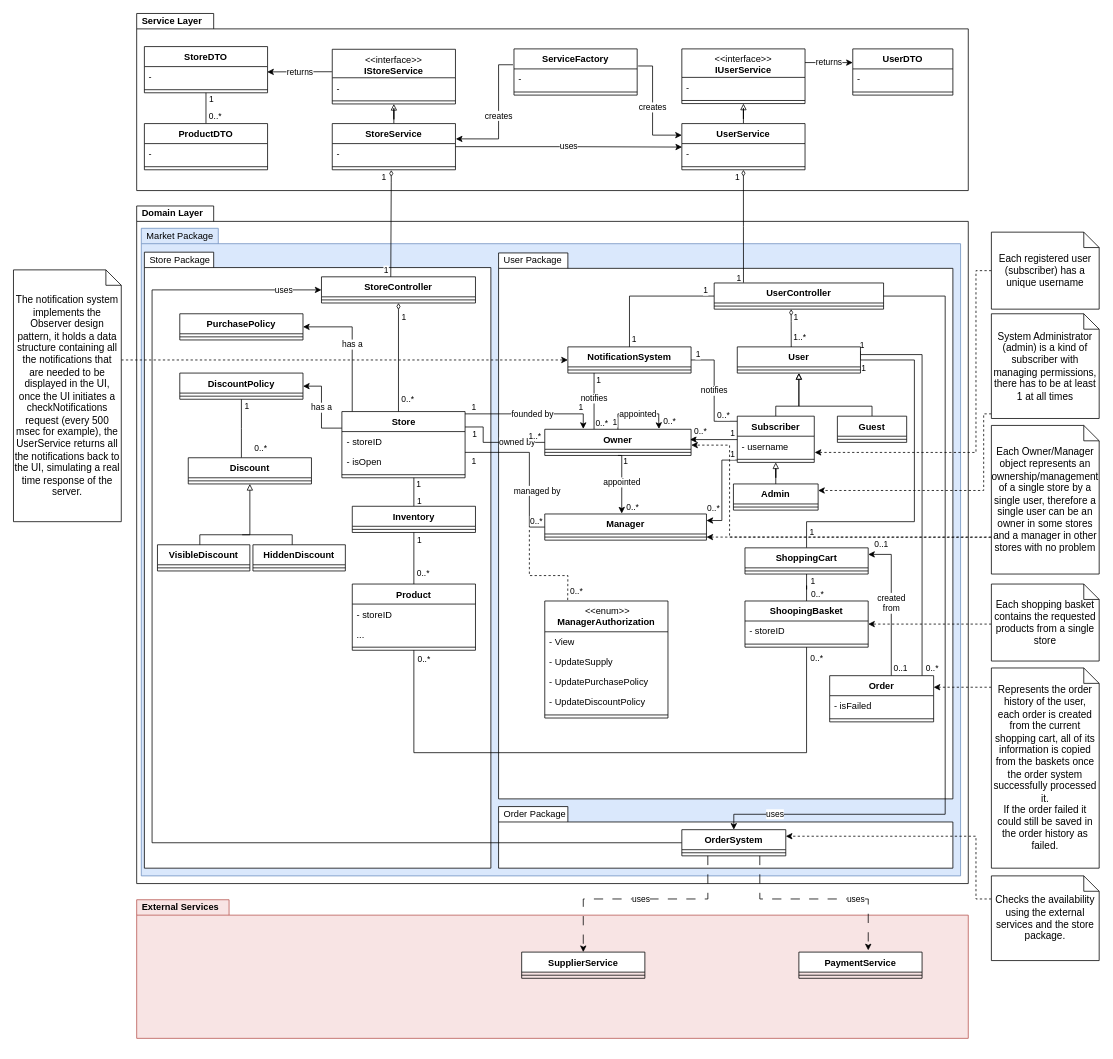
Above: page "White Class Diagram" (1 of 3) of documents/Version0/Version0.drawio in SE-Project-Workshop-Group-17-B/SE-Project-Workshop-Group-17-B (draw.io), before the change. Source tidied: cells renumbered, new cells numbered last; positions are measured from the earlier drawing's top-left corner, leaving out a move shared by most shapes. Both pictures are drawn from the tidied source at 77%, with x=0, y=0 at pixel (13, 13).
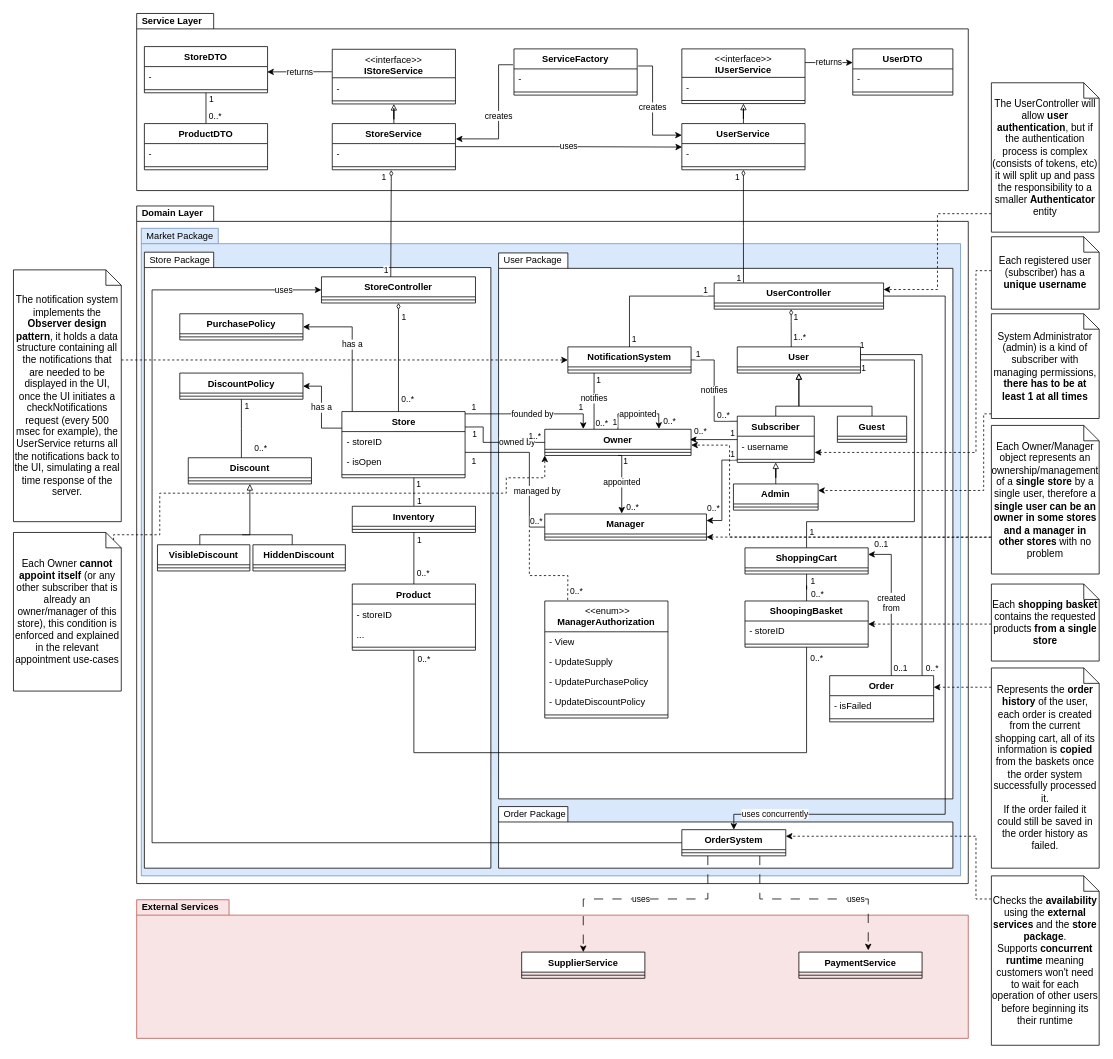
After the change.

Commit message (it also covers changes not shown here):
Updated white class diagram according to the needed fixes of version 0

The change refers to these unchanged cells:
```xml
<mxCell id="19" value="Owner" style="swimlane;fontStyle=1;align=center;verticalAlign=top;horizontal=1;startSize=26;whiteSpace=wrap;html=1;" parent="1" vertex="1">
  <mxGeometry x="690" y="540" width="190" height="34" as="geometry" />
</mxCell>
<mxCell id="103" value="UserController" style="swimlane;fontStyle=1;align=center;verticalAlign=top;horizontal=1;startSize=26;whiteSpace=wrap;html=1;" parent="1" vertex="1">
  <mxGeometry x="910" y="350" width="220" height="34" as="geometry" />
</mxCell>
<mxCell id="192" value="OrderSystem" style="swimlane;fontStyle=1;align=center;verticalAlign=top;horizontal=1;startSize=26;whiteSpace=wrap;html=1;" parent="1" vertex="1">
  <mxGeometry x="868" y="1060" width="135" height="34" as="geometry" />
</mxCell>
```

The edit, as a diff of the source:
```diff
@@
-    <mxCell id="155" value="Each Owner/Manager object represents an ownership/management of a single store by a single user, therefore a single user can be an owner in some stores and a manager in other stores with no problem" style="shape=note;size=20;whiteSpace=wrap;html=1;fontSize=13;" parent="1" vertex="1">
+    <mxCell id="155" value="Each Owner/Manager object represents an ownership/management of a &lt;b&gt;single store&lt;/b&gt; by a single user, therefore a &lt;b&gt;single user can be an owner in some stores and a manager in other stores&lt;/b&gt; with no problem" style="shape=note;size=20;whiteSpace=wrap;html=1;fontSize=13;" parent="1" vertex="1">
       <mxGeometry x="1270" y="535" width="140" height="193" as="geometry" />
     </mxCell>
@@
-    <mxCell id="159" value="&lt;font style=&quot;font-size: 13px;&quot;&gt;Each shopping basket contains the requested products from a single store&lt;/font&gt;" style="shape=note;size=20;whiteSpace=wrap;html=1;fontSize=13;" parent="1" vertex="1">
+    <mxCell id="159" value="&lt;font style=&quot;font-size: 13px;&quot;&gt;Each &lt;b&gt;shopping basket&lt;/b&gt; contains the requested products &lt;b&gt;from a single store&lt;/b&gt;&lt;/font&gt;" style="shape=note;size=20;whiteSpace=wrap;html=1;fontSize=13;" parent="1" vertex="1">
       <mxGeometry x="1270" y="741" width="140" height="100" as="geometry" />
     </mxCell>
@@
-    <mxCell id="178" value="Each registered user (subscriber) has a unique username" style="shape=note;size=20;whiteSpace=wrap;html=1;fontSize=13;" parent="1" vertex="1">
-      <mxGeometry x="1270" y="284" width="140" height="100" as="geometry" />
+    <mxCell id="178" value="Each registered user (subscriber) has a &lt;b&gt;unique username&lt;/b&gt;" style="shape=note;size=20;whiteSpace=wrap;html=1;fontSize=13;" parent="1" vertex="1">
+      <mxGeometry x="1270" y="290" width="140" height="94" as="geometry" />
     </mxCell>
@@
-    <mxCell id="180" value="&lt;font style=&quot;font-size: 13px;&quot;&gt;Represents the order history of the user, each order is created from the current shopping cart, all of its information is copied from the baskets once the order system successfully processed it.&lt;br&gt;&lt;/font&gt;&lt;span style=&quot;background-color: initial;&quot;&gt;If the order failed it could still be saved in the order history as failed.&lt;/span&gt;" style="shape=note;size=20;whiteSpace=wrap;html=1;fontSize=13;" parent="1" vertex="1">
+    <mxCell id="180" value="&lt;font style=&quot;font-size: 13px;&quot;&gt;Represents the &lt;b&gt;order history&lt;/b&gt; of the user, each order is created from the current shopping cart, all of its information is &lt;b&gt;copied &lt;/b&gt;from the baskets once the order system successfully processed it.&lt;br&gt;&lt;/font&gt;&lt;span style=&quot;background-color: initial;&quot;&gt;If the order failed it could still be saved in the order history as failed.&lt;/span&gt;" style="shape=note;size=20;whiteSpace=wrap;html=1;fontSize=13;" parent="1" vertex="1">
       <mxGeometry x="1270" y="850" width="140" height="260" as="geometry" />
     </mxCell>
@@
-    <mxCell id="182" value="System Administrator (admin) is a kind of subscriber with managing permissions, there has to be at least 1 at all times" style="shape=note;size=20;whiteSpace=wrap;html=1;fontSize=13;" parent="1" vertex="1">
+    <mxCell id="182" value="System Administrator (admin) is a kind of subscriber with managing permissions, &lt;b&gt;there has to be at least 1 at all times&lt;/b&gt;" style="shape=note;size=20;whiteSpace=wrap;html=1;fontSize=13;" parent="1" vertex="1">
       <mxGeometry x="1270" y="390" width="140" height="136" as="geometry" />
     </mxCell>
@@
-    <mxCell id="189" value="The notification system implements the Observer design pattern, it holds a data structure containing all the notifications that are needed to be displayed in the UI, once the UI initiates a checkNotifications request (every 500 msec for example), the UserService returns all the notifications back to the UI, simulating a real time response of the server." style="shape=note;size=20;whiteSpace=wrap;html=1;fontSize=13;" parent="1" vertex="1">
+    <mxCell id="189" value="The notification system implements the &lt;b&gt;Observer design pattern&lt;/b&gt;, it holds a data structure containing all the notifications that are needed to be displayed in the UI, once the UI initiates a checkNotifications request (every 500 msec for example), the UserService returns all the notifications back to the UI, simulating a real time response of the server." style="shape=note;size=20;whiteSpace=wrap;html=1;fontSize=13;" parent="1" vertex="1">
       <mxGeometry y="333" width="140" height="327" as="geometry" />
     </mxCell>
-    <mxCell id="190" value="uses" style="edgeStyle=orthogonalEdgeStyle;rounded=0;jettySize=auto;html=1;entryX=1;entryY=0.5;entryDx=0;entryDy=0;endArrow=none;endFill=0;startArrow=classic;startFill=1;" parent="1" edge="1" source="192" target="103">
+    <mxCell id="190" value="uses concurrently" style="edgeStyle=orthogonalEdgeStyle;rounded=0;jettySize=auto;html=1;entryX=1;entryY=0.5;entryDx=0;entryDy=0;endArrow=none;endFill=0;startArrow=classic;startFill=1;" parent="1" edge="1" source="192" target="103">
       <mxGeometry x="-0.86" relative="1" as="geometry">
         <Array as="points">
           <mxPoint x="936" y="1040" />
           <mxPoint x="1210" y="1040" />
           <mxPoint x="1210" y="367" />
         </Array>
       </mxGeometry>
     </mxCell>
@@
-    <mxCell id="195" value="Checks the availability using the external services and the store package." style="shape=note;size=20;whiteSpace=wrap;html=1;fontSize=13;" parent="1" vertex="1">
-      <mxGeometry x="1270" y="1120" width="140" height="110" as="geometry" />
+    <mxCell id="195" value="Checks the &lt;b&gt;availability &lt;/b&gt;using the &lt;b&gt;external services&lt;/b&gt; and the &lt;b&gt;store package&lt;/b&gt;.&lt;br&gt;Supports &lt;b&gt;concurrent runtime&lt;/b&gt; meaning customers won't need to wait for each operation of other users before beginning its their runtime" style="shape=note;size=20;whiteSpace=wrap;html=1;fontSize=13;" parent="1" vertex="1">
+      <mxGeometry x="1270" y="1120" width="140" height="220" as="geometry" />
     </mxCell>
+    <mxCell id="196" style="edgeStyle=orthogonalEdgeStyle;rounded=0;jettySize=auto;html=1;dashed=1;entryX=0;entryY=1;entryDx=0;entryDy=0;exitX=0;exitY=0;exitDx=130;exitDy=10;exitPerimeter=0;" parent="1" edge="1" source="197" target="19">
+      <mxGeometry relative="1" as="geometry">
+        <Array as="points">
+          <mxPoint x="130" y="677" />
+          <mxPoint x="190" y="677" />
+          <mxPoint x="190" y="623" />
+          <mxPoint x="640" y="623" />
+          <mxPoint x="640" y="603" />
+          <mxPoint x="690" y="603" />
+        </Array>
+      </mxGeometry>
+    </mxCell>
+    <mxCell id="197" value="Each Owner &lt;b&gt;cannot appoint itself&lt;/b&gt; (or any other subscriber that is already an owner/manager of this store), this condition is enforced and explained in the relevant appointment use-cases" style="shape=note;size=20;whiteSpace=wrap;html=1;fontSize=13;" parent="1" vertex="1">
+      <mxGeometry y="674" width="140" height="206" as="geometry" />
+    </mxCell>
+    <mxCell id="198" style="edgeStyle=orthogonalEdgeStyle;rounded=0;jettySize=auto;html=1;entryX=1;entryY=0.25;entryDx=0;entryDy=0;dashed=1;" parent="1" edge="1" source="199" target="103">
+      <mxGeometry relative="1" as="geometry">
+        <Array as="points">
+          <mxPoint x="1200" y="260" />
+          <mxPoint x="1200" y="359" />
+        </Array>
+      </mxGeometry>
+    </mxCell>
+    <mxCell id="199" value="The UserController will allow &lt;b&gt;user authentication&lt;/b&gt;, but if the authentication process is complex (consists of tokens, etc) it will split up and pass the responsibility to a smaller &lt;b&gt;Authenticator &lt;/b&gt;entity" style="shape=note;size=20;whiteSpace=wrap;html=1;fontSize=13;" parent="1" vertex="1">
+      <mxGeometry x="1270" y="90" width="140" height="194" as="geometry" />
+    </mxCell>
```
